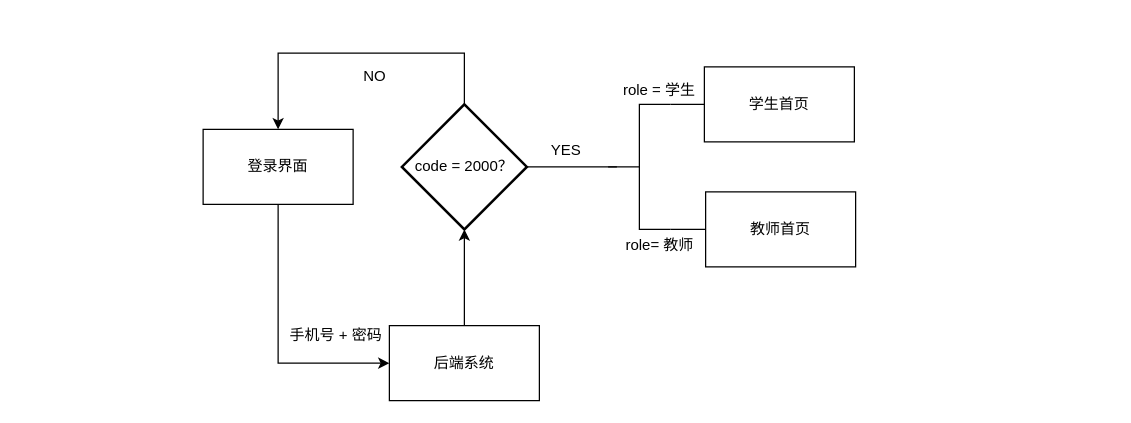
The draw.io diagram examinationSystemVue/src/4-2-3.drawio in Sakeyuan/Web-ExaminationSystem, before the edit. Source tidied: cells renumbered, new cells numbered last; positions are measured from the earlier drawing's top-left corner, leaving out a move shared by most shapes. Both pictures are drawn from the tidied source at 125%, with x=0, y=0 at pixel (202, 52).
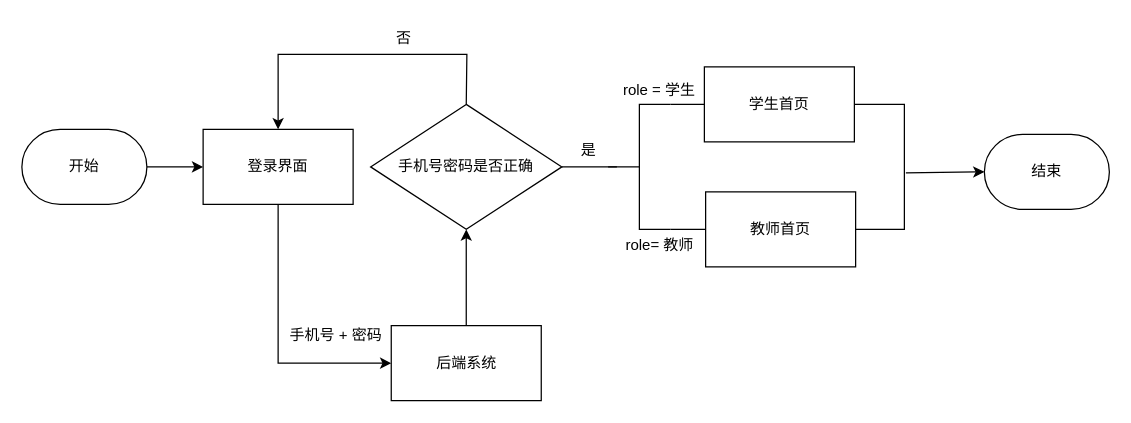
After the change.

Unchanged cells that the change refers to:
```xml
<mxCell id="14" style="strokeWidth=1;html=1;shape=mxgraph.flowchart.annotation_2;align=left;labelPosition=right;strokeColor=#000000;fontColor=#000000;" parent="1" vertex="1">
  <mxGeometry x="324" y="41" width="50" height="100" as="geometry" />
</mxCell>
```

What changed in the source:
```diff
@@
-    <mxCell id="2" style="edgeStyle=none;rounded=0;html=1;exitX=0.5;exitY=0;exitDx=0;exitDy=0;entryX=0.5;entryY=1;entryDx=0;entryDy=0;entryPerimeter=0;strokeColor=#000000;fontColor=#000000;" parent="1" edge="1" source="3" target="8">
+    <mxCell id="2" style="edgeStyle=none;rounded=0;html=1;exitX=0.5;exitY=0;exitDx=0;exitDy=0;entryX=0.5;entryY=1;entryDx=0;entryDy=0;entryPerimeter=0;strokeColor=#000000;fontColor=#000000;strokeWidth=1;" parent="1" edge="1" source="3" target="8">
       <mxGeometry relative="1" as="geometry" />
     </mxCell>
-    <mxCell id="3" value="后端系统" style="whiteSpace=wrap;html=1;rounded=0;" parent="1" vertex="1">
-      <mxGeometry x="149" y="218" width="120" height="60" as="geometry" />
+    <mxCell id="3" value="后端系统" style="whiteSpace=wrap;html=1;rounded=0;fillColor=#FFFFFF;fontColor=#000000;strokeColor=#000000;strokeWidth=1;" parent="1" vertex="1">
+      <mxGeometry x="150.5" y="218" width="120" height="60" as="geometry" />
     </mxCell>
-    <mxCell id="4" style="edgeStyle=none;html=1;exitX=0.5;exitY=1;exitDx=0;exitDy=0;entryX=0;entryY=0.5;entryDx=0;entryDy=0;fontColor=#000000;strokeColor=#000000;rounded=0;" parent="1" edge="1" source="5" target="3">
+    <mxCell id="4" style="edgeStyle=none;html=1;exitX=0.5;exitY=1;exitDx=0;exitDy=0;entryX=0;entryY=0.5;entryDx=0;entryDy=0;fontColor=#000000;strokeColor=#000000;rounded=0;strokeWidth=1;" parent="1" edge="1" source="5" target="3">
       <mxGeometry relative="1" as="geometry">
         <Array as="points">
           <mxPoint x="60" y="248" />
         </Array>
       </mxGeometry>
     </mxCell>
-    <mxCell id="5" value="登录界面" style="rounded=0;whiteSpace=wrap;html=1;" parent="1" vertex="1">
+    <mxCell id="5" value="登录界面" style="rounded=0;whiteSpace=wrap;html=1;fillColor=#FFFFFF;fontColor=#000000;strokeColor=#000000;strokeWidth=1;" parent="1" vertex="1">
       <mxGeometry y="61" width="120" height="60" as="geometry" />
     </mxCell>
+    <mxCell id="7" style="edgeStyle=none;rounded=0;html=1;strokeColor=#000000;fontColor=#000000;endArrow=none;endFill=0;strokeWidth=1;" parent="1" edge="1" source="8">
+      <mxGeometry relative="1" as="geometry">
+        <mxPoint x="331" y="91" as="targetPoint" />
+      </mxGeometry>
+    </mxCell>
-    <mxCell id="6" style="edgeStyle=none;rounded=0;html=1;exitX=0.5;exitY=0;exitDx=0;exitDy=0;exitPerimeter=0;entryX=0.5;entryY=0;entryDx=0;entryDy=0;strokeColor=#000000;fontColor=#000000;" parent="1" edge="1" source="8" target="5">
+    <mxCell id="6" style="edgeStyle=none;html=1;exitX=0.5;exitY=0;exitDx=0;exitDy=0;exitPerimeter=0;entryX=0.5;entryY=0;entryDx=0;entryDy=0;strokeColor=#000000;rounded=0;fontColor=#000000;strokeWidth=1;" parent="1" edge="1" source="8" target="5">
       <mxGeometry relative="1" as="geometry">
         <Array as="points">
-          <mxPoint x="209" />
-          <mxPoint x="60" />
+          <mxPoint x="211" y="1" />
+          <mxPoint x="60" y="1" />
         </Array>
       </mxGeometry>
     </mxCell>
-    <mxCell id="7" style="edgeStyle=none;rounded=0;html=1;strokeColor=#000000;fontColor=#000000;endArrow=none;endFill=0;" parent="1" edge="1" source="8">
-      <mxGeometry relative="1" as="geometry">
-        <mxPoint x="331" y="91" as="targetPoint" />
-      </mxGeometry>
-    </mxCell>
-    <mxCell id="8" value="code = 2000？" style="strokeWidth=2;html=1;shape=mxgraph.flowchart.decision;whiteSpace=wrap;strokeColor=#000000;" parent="1" vertex="1">
-      <mxGeometry x="159" y="41" width="100" height="100" as="geometry" />
+    <mxCell id="8" value="手机号密码是否正确" style="strokeWidth=1;html=1;shape=mxgraph.flowchart.decision;whiteSpace=wrap;strokeColor=#000000;fillColor=#FFFFFF;fontColor=#000000;" parent="1" vertex="1">
+      <mxGeometry x="134" y="41" width="153" height="100" as="geometry" />
     </mxCell>
-    <mxCell id="9" value="&lt;font color=&quot;#000000&quot;&gt;手机号 + 密码&lt;/font&gt;" style="text;html=1;align=center;verticalAlign=middle;strokeColor=none;fillColor=none;" parent="1" vertex="1">
+    <mxCell id="9" value="&lt;font&gt;手机号 + 密码&lt;/font&gt;" style="text;html=1;align=center;verticalAlign=middle;strokeColor=none;fillColor=none;fontColor=#000000;strokeWidth=1;" parent="1" vertex="1">
       <mxGeometry x="60" y="213" width="92" height="26" as="geometry" />
     </mxCell>
-    <mxCell id="10" value="NO" style="text;html=1;align=center;verticalAlign=middle;strokeColor=none;fillColor=none;fontColor=#000000;strokeWidth=1;" parent="1" vertex="1">
-      <mxGeometry x="119" y="6" width="36" height="26" as="geometry" />
-    </mxCell>
-    <mxCell id="11" value="YES" style="text;html=1;align=center;verticalAlign=middle;strokeColor=none;fillColor=none;fontColor=#000000;" parent="1" vertex="1">
-      <mxGeometry x="269" y="65" width="42" height="26" as="geometry" />
+    <mxCell id="11" value="是" style="text;html=1;align=center;verticalAlign=middle;strokeColor=none;fillColor=none;fontColor=#000000;strokeWidth=1;" parent="1" vertex="1">
+      <mxGeometry x="293" y="65" width="30" height="26" as="geometry" />
     </mxCell>
-    <mxCell id="12" style="edgeStyle=none;rounded=0;html=1;exitX=1;exitY=0;exitDx=0;exitDy=0;exitPerimeter=0;entryX=0;entryY=0.5;entryDx=0;entryDy=0;strokeColor=#000000;fontColor=#000000;endArrow=none;endFill=0;" parent="1" edge="1" source="14" target="15">
+    <mxCell id="12" style="edgeStyle=none;rounded=0;html=1;exitX=1;exitY=0;exitDx=0;exitDy=0;exitPerimeter=0;entryX=0;entryY=0.5;entryDx=0;entryDy=0;strokeColor=#000000;fontColor=#000000;endArrow=none;endFill=0;strokeWidth=1;" parent="1" edge="1" source="14" target="15">
       <mxGeometry relative="1" as="geometry" />
     </mxCell>
-    <mxCell id="13" style="edgeStyle=none;rounded=0;html=1;exitX=1;exitY=1;exitDx=0;exitDy=0;exitPerimeter=0;entryX=0;entryY=0.5;entryDx=0;entryDy=0;strokeColor=#000000;fontColor=#000000;endArrow=none;endFill=0;" parent="1" edge="1" source="14" target="17">
+    <mxCell id="13" style="edgeStyle=none;rounded=0;html=1;exitX=1;exitY=1;exitDx=0;exitDy=0;exitPerimeter=0;entryX=0;entryY=0.5;entryDx=0;entryDy=0;strokeColor=#000000;fontColor=#000000;endArrow=none;endFill=0;strokeWidth=1;" parent="1" edge="1" source="14" target="17">
       <mxGeometry relative="1" as="geometry" />
     </mxCell>
@@
+    <mxCell id="19" style="edgeStyle=none;rounded=0;html=1;exitX=1;exitY=0.5;exitDx=0;exitDy=0;entryX=1;entryY=0.5;entryDx=0;entryDy=0;strokeColor=#000000;fontColor=#000000;endArrow=none;endFill=0;strokeWidth=1;" parent="1" edge="1" source="15" target="17">
+      <mxGeometry relative="1" as="geometry">
+        <Array as="points">
+          <mxPoint x="561" y="41" />
+          <mxPoint x="561" y="141" />
+        </Array>
+      </mxGeometry>
+    </mxCell>
-    <mxCell id="15" value="学生首页" style="whiteSpace=wrap;html=1;rounded=0;" parent="1" vertex="1">
+    <mxCell id="15" value="学生首页" style="whiteSpace=wrap;html=1;rounded=0;fillColor=#FFFFFF;fontColor=#000000;strokeColor=#000000;strokeWidth=1;" parent="1" vertex="1">
       <mxGeometry x="401" y="11" width="120" height="60" as="geometry" />
     </mxCell>
-    <mxCell id="16" value="&amp;nbsp;role = 学生" style="text;html=1;align=center;verticalAlign=middle;strokeColor=none;fillColor=none;fontColor=#000000;" parent="1" vertex="1">
+    <mxCell id="16" value="&amp;nbsp;role = 学生" style="text;html=1;align=center;verticalAlign=middle;strokeColor=none;fillColor=none;fontColor=#000000;strokeWidth=1;" parent="1" vertex="1">
       <mxGeometry x="323" y="17" width="79" height="26" as="geometry" />
     </mxCell>
-    <mxCell id="17" value="教师首页" style="whiteSpace=wrap;html=1;rounded=0;" parent="1" vertex="1">
+    <mxCell id="17" value="教师首页" style="whiteSpace=wrap;html=1;rounded=0;fillColor=#FFFFFF;fontColor=#000000;strokeColor=#000000;strokeWidth=1;" parent="1" vertex="1">
       <mxGeometry x="402" y="111" width="120" height="60" as="geometry" />
     </mxCell>
-    <mxCell id="18" value="role= 教师" style="text;html=1;align=center;verticalAlign=middle;strokeColor=none;fillColor=none;fontColor=#000000;" parent="1" vertex="1">
+    <mxCell id="18" value="role= 教师" style="text;html=1;align=center;verticalAlign=middle;strokeColor=none;fillColor=none;fontColor=#000000;strokeWidth=1;" parent="1" vertex="1">
       <mxGeometry x="329" y="141" width="72" height="26" as="geometry" />
     </mxCell>
+    <mxCell id="20" style="edgeStyle=none;html=1;exitX=1;exitY=0.5;exitDx=0;exitDy=0;exitPerimeter=0;entryX=0;entryY=0.5;entryDx=0;entryDy=0;strokeColor=#000000;fontColor=#000000;strokeWidth=1;" parent="1" edge="1" source="21" target="5">
+      <mxGeometry relative="1" as="geometry" />
+    </mxCell>
+    <mxCell id="21" value="开始" style="strokeWidth=1;html=1;shape=mxgraph.flowchart.terminator;whiteSpace=wrap;fillColor=#FFFFFF;fontColor=#000000;strokeColor=#000000;" parent="1" vertex="1">
+      <mxGeometry x="-145" y="61" width="100" height="60" as="geometry" />
+    </mxCell>
+    <mxCell id="22" style="edgeStyle=none;rounded=0;html=1;exitX=0;exitY=0.5;exitDx=0;exitDy=0;exitPerimeter=0;strokeColor=#000000;fontColor=#000000;endArrow=classic;endFill=1;entryX=0;entryY=0.5;entryDx=0;entryDy=0;entryPerimeter=0;strokeWidth=1;" parent="1" edge="1" target="23">
+      <mxGeometry relative="1" as="geometry">
+        <mxPoint x="562.2" y="95.8" as="sourcePoint" />
+      </mxGeometry>
+    </mxCell>
+    <mxCell id="23" value="结束" style="strokeWidth=1;html=1;shape=mxgraph.flowchart.terminator;whiteSpace=wrap;fillColor=#FFFFFF;fontColor=#000000;strokeColor=#000000;" parent="1" vertex="1">
+      <mxGeometry x="625" y="65" width="100" height="60" as="geometry" />
+    </mxCell>
+    <mxCell id="24" value="&lt;font&gt;否&amp;nbsp;&lt;/font&gt;" style="text;html=1;align=center;verticalAlign=middle;strokeColor=none;fillColor=none;fontColor=#000000;strokeWidth=1;" parent="1" vertex="1">
+      <mxGeometry x="145" y="-25" width="33" height="26" as="geometry" />
+    </mxCell>
```
